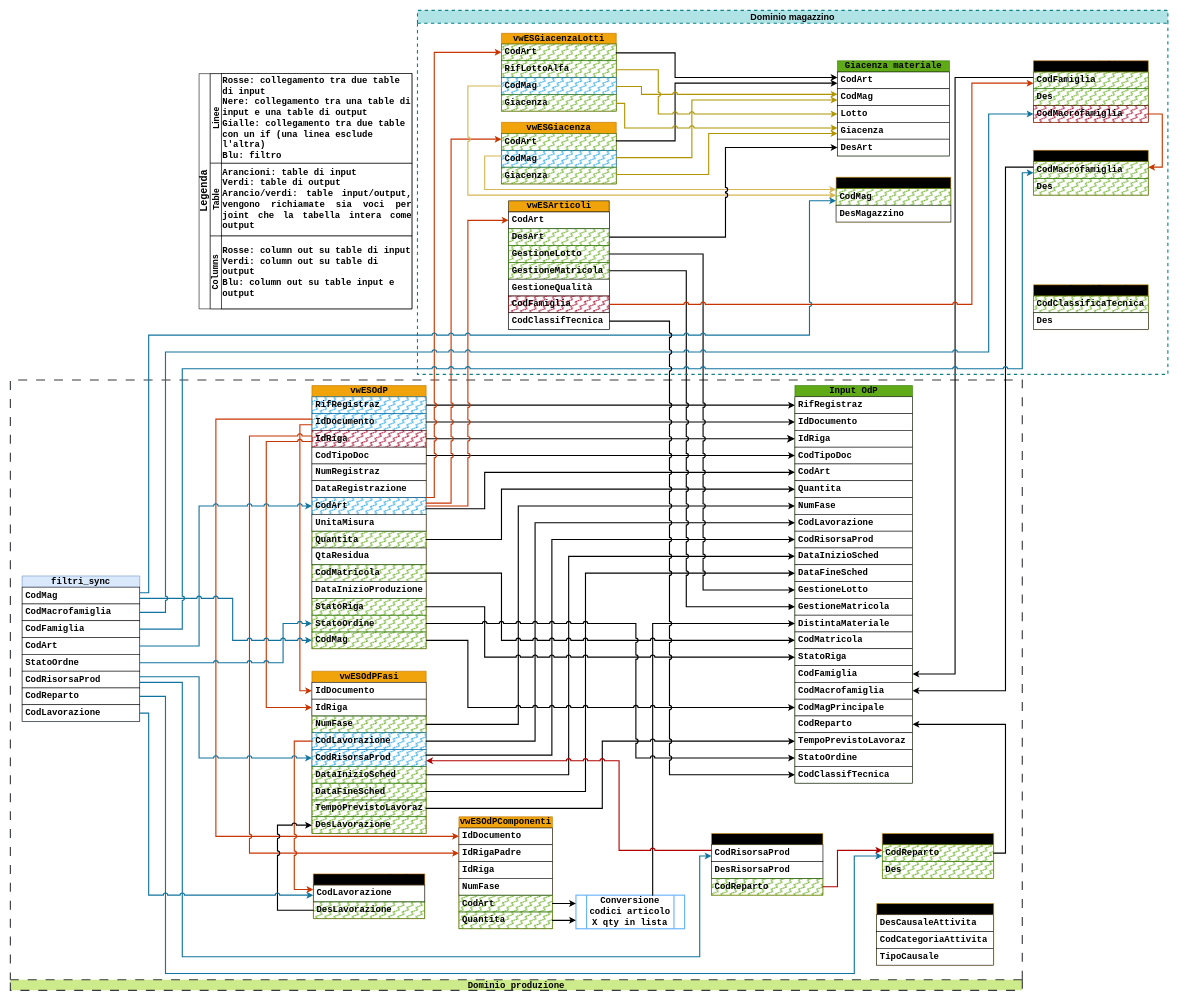
Earlier version of the draw.io diagram page "Schema dati input" (1 of 4) of documenti/flusso informativo.drawio (GiorgioAlessandria/Avanzamenti_produzione). Source tidied: cells renumbered, new cells numbered last; positions are measured from the earlier drawing's top-left corner, leaving out a move shared by most shapes. Both pictures are drawn from the tidied source at 56%, with x=0, y=0 at pixel (10, 10).
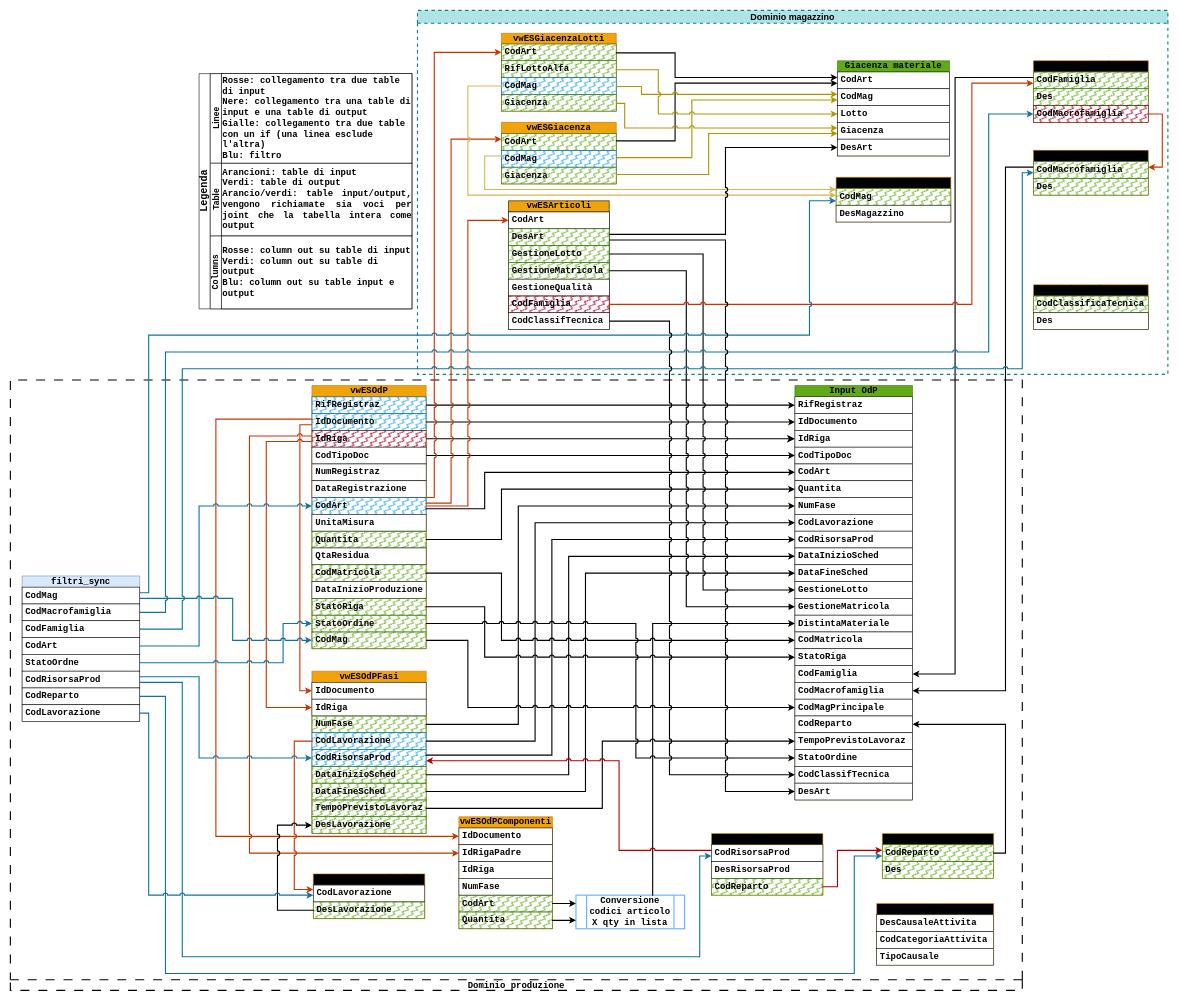
The same diagram, later.

The change refers to these unchanged cells:
```xml
<mxCell id="133" value="Dominio magazzino" style="swimlane;whiteSpace=wrap;html=1;strokeWidth=2;dashed=1;fontSize=16;fillColor=#b0e3e6;strokeColor=#0e8088;" parent="1" vertex="1">
  <mxGeometry x="727" width="1340" height="650" as="geometry" />
</mxCell>
<mxCell id="146" value="&lt;div style=&quot;text-align: justify;&quot;&gt;&lt;font&gt;DesArt&lt;/font&gt;&lt;/div&gt;" style="text;strokeColor=#2D7600;fillColor=#60a917;align=left;verticalAlign=middle;spacingLeft=4;spacingRight=4;overflow=hidden;points=[[0,0.5],[1,0.5]];portConstraint=eastwest;whiteSpace=wrap;html=1;rounded=0;fontColor=#000000;fillStyle=zigzag-line;fontSize=16;fontFamily=Courier New;fontStyle=1;" parent="143" vertex="1">
  <mxGeometry y="50" width="180" height="30" as="geometry" />
</mxCell>
<mxCell id="162" value="&lt;div style=&quot;text-align: justify;&quot;&gt;&lt;font&gt;DesArt&lt;/font&gt;&lt;/div&gt;" style="text;align=left;verticalAlign=middle;spacingLeft=4;spacingRight=4;overflow=hidden;points=[[0,0.5],[1,0.5]];portConstraint=eastwest;whiteSpace=wrap;html=1;rounded=0;fillStyle=solid;fontSize=16;fontFamily=Courier New;fontStyle=1;fillColor=default;strokeColor=default;" parent="157" vertex="1">
  <mxGeometry y="140" width="200" height="30" as="geometry" />
</mxCell>
```

Diff of the diagram source:
```diff
@@
-    <mxCell id="2" value="&lt;font face=&quot;Courier New&quot;&gt;Dominio produzione&lt;/font&gt;" style="swimlane;whiteSpace=wrap;html=1;fillColor=#cdeb8b;strokeColor=#36393d;dashed=1;strokeWidth=2;dashPattern=8 8;fontSize=16;direction=west;startSize=19;" parent="1" vertex="1">
+    <mxCell id="2" value="&lt;font face=&quot;Courier New&quot;&gt;Dominio produzione&lt;/font&gt;" style="swimlane;whiteSpace=wrap;html=1;dashed=1;strokeWidth=2;dashPattern=8 8;fontSize=16;direction=west;startSize=19;" parent="1" vertex="1">
       <mxGeometry y="660" width="1807" height="1090" as="geometry" />
     </mxCell>
@@
     <mxCell id="55" value="&lt;div style=&quot;line-height: 19px; white-space: pre;&quot;&gt;&lt;div style=&quot;line-height: 19px;&quot;&gt;&lt;div style=&quot;line-height: 19px;&quot;&gt;&lt;div style=&quot;line-height: 19px;&quot;&gt;&lt;div style=&quot;line-height: 19px;&quot;&gt;&lt;span style=&quot;&quot;&gt;Input OdP&lt;/span&gt;&lt;/div&gt;&lt;/div&gt;&lt;/div&gt;&lt;/div&gt;&lt;/div&gt;" style="swimlane;fontStyle=1;horizontal=1;startSize=20;whiteSpace=wrap;html=1;fillColor=#60a917;strokeColor=#2D7600;fontColor=#000000;rounded=0;fontFamily=Courier New;fontSize=16;verticalAlign=middle;textShadow=0;labelBackgroundColor=none;labelBorderColor=none;" parent="2" vertex="1">
-      <mxGeometry x="1401" y="10" width="210" height="710" as="geometry" />
+      <mxGeometry x="1401" y="10" width="210" height="740" as="geometry" />
     </mxCell>
@@
+    <mxCell id="187" value="&lt;div style=&quot;text-align: justify;&quot;&gt;&lt;font&gt;DesArt&lt;/font&gt;&lt;/div&gt;" style="text;strokeColor=#000000;fillColor=default;align=left;verticalAlign=middle;spacingLeft=4;spacingRight=4;overflow=hidden;points=[[0,0.5],[1,0.5]];portConstraint=eastwest;whiteSpace=wrap;html=1;rounded=0;fontColor=#000000;fillStyle=solid;fontSize=16;fontFamily=Courier New;fontStyle=1;gradientColor=none;" parent="55" vertex="1">
+      <mxGeometry y="710" width="210" height="30" as="geometry" />
+    </mxCell>
@@
     <mxCell id="179" style="edgeStyle=orthogonalEdgeStyle;rounded=0;jettySize=auto;html=1;jumpStyle=arc;jumpSize=6;strokeWidth=2;" parent="133" edge="1" source="146" target="162">
       <mxGeometry relative="1" as="geometry">
         <Array as="points">
-          <mxPoint x="550" y="405" />
+          <mxPoint x="550" y="400" />
           <mxPoint x="550" y="245" />
         </Array>
       </mxGeometry>
     </mxCell>
@@
+    <mxCell id="188" style="edgeStyle=orthogonalEdgeStyle;rounded=0;jettySize=auto;html=1;strokeWidth=2;jumpStyle=arc;" parent="1" edge="1" source="146" target="187">
+      <mxGeometry relative="1" as="geometry">
+        <Array as="points">
+          <mxPoint x="1277" y="410" />
+          <mxPoint x="1277" y="1395" />
+        </Array>
+      </mxGeometry>
+    </mxCell>
```
